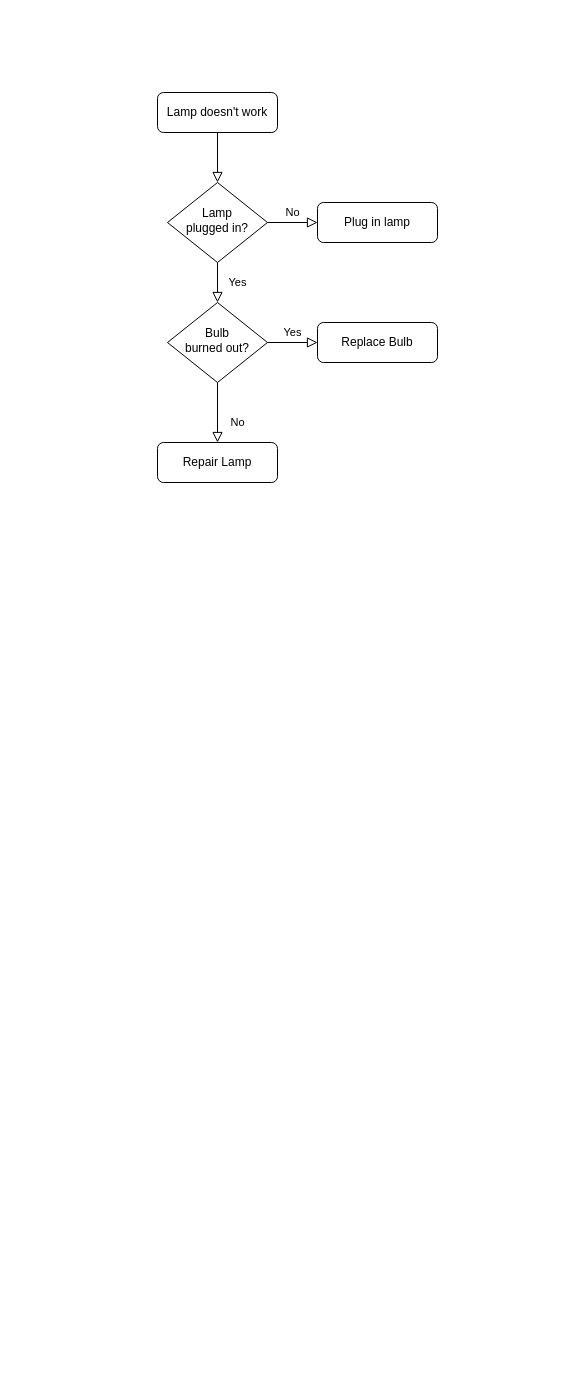
Before: Module_1/Lab_3_Algorithmization/Untitled Diagram.drawio in chatlapin/DAFT_0410, a draw.io diagram. Source tidied: cells renumbered, new cells numbered last; positions are measured from the earlier drawing's top-left corner, leaving out a move shared by most shapes. Both pictures are drawn from the tidied source at 100%, with x=0, y=0 at pixel (157, 92).
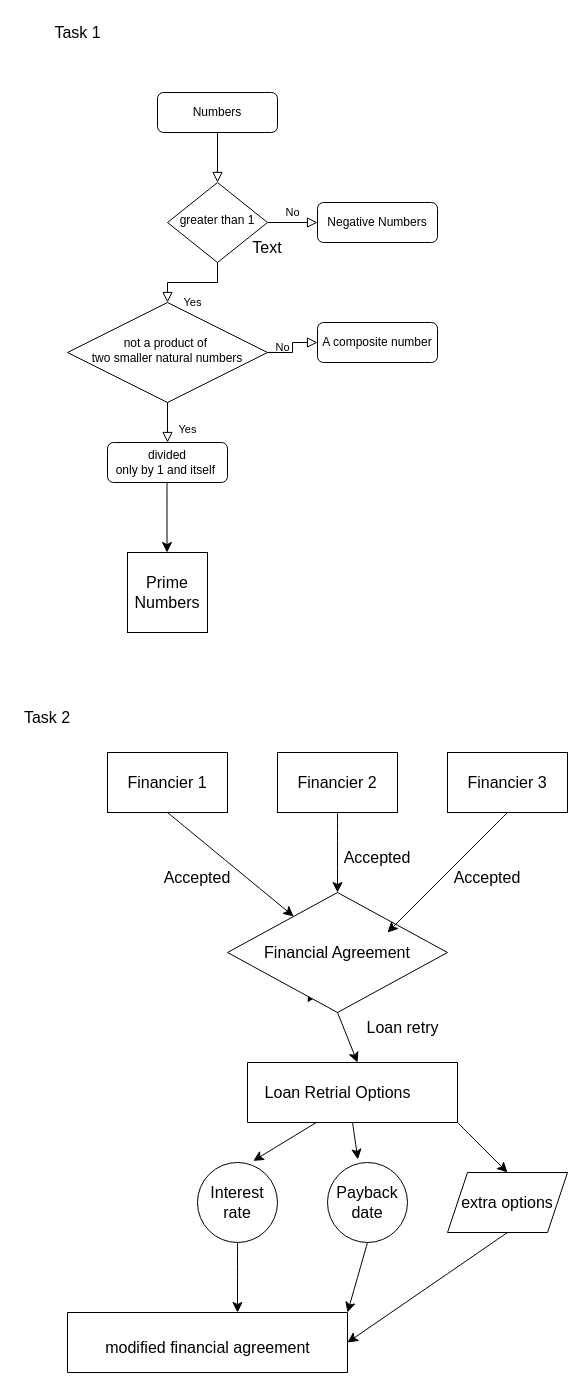
After the change.

The edit, as a diff of the source:
```diff
@@
-    <mxCell id="3" value="Lamp doesn't work" style="rounded=1;whiteSpace=wrap;html=1;fontSize=12;glass=0;strokeWidth=1;shadow=0;" parent="1" vertex="1">
+    <mxCell id="3" value="Numbers" style="rounded=1;whiteSpace=wrap;html=1;fontSize=12;glass=0;strokeWidth=1;shadow=0;" parent="1" vertex="1">
       <mxGeometry width="120" height="40" as="geometry" />
     </mxCell>
@@
-    <mxCell id="6" value="Lamp&lt;br&gt;plugged in?" style="rhombus;whiteSpace=wrap;html=1;shadow=0;fontFamily=Helvetica;fontSize=12;align=center;strokeWidth=1;spacing=6;spacingTop=-4;" parent="1" vertex="1">
+    <mxCell id="6" value="greater than 1" style="rhombus;whiteSpace=wrap;html=1;shadow=0;fontFamily=Helvetica;fontSize=12;align=center;strokeWidth=1;spacing=6;spacingTop=-4;" parent="1" vertex="1">
       <mxGeometry x="10" y="90" width="100" height="80" as="geometry" />
     </mxCell>
-    <mxCell id="7" value="Plug in lamp" style="rounded=1;whiteSpace=wrap;html=1;fontSize=12;glass=0;strokeWidth=1;shadow=0;" parent="1" vertex="1">
+    <mxCell id="7" value="Negative Numbers" style="rounded=1;whiteSpace=wrap;html=1;fontSize=12;glass=0;strokeWidth=1;shadow=0;" parent="1" vertex="1">
       <mxGeometry x="160" y="110" width="120" height="40" as="geometry" />
     </mxCell>
-    <mxCell id="8" value="No" style="rounded=0;html=1;jettySize=auto;fontSize=11;endArrow=block;endFill=0;endSize=8;strokeWidth=1;shadow=0;labelBackgroundColor=none;edgeStyle=orthogonalEdgeStyle;" parent="1" edge="1" source="10" target="11">
-      <mxGeometry x="0.33" y="20" relative="1" as="geometry" />
+    <mxCell id="8" value="Yes" style="rounded=0;html=1;jettySize=auto;fontSize=11;endArrow=block;endFill=0;endSize=8;strokeWidth=1;shadow=0;labelBackgroundColor=none;edgeStyle=orthogonalEdgeStyle;" parent="1" edge="1" source="10" target="11">
+      <mxGeometry x="0.35" y="20" relative="1" as="geometry">
+        <Array as="points">
+          <mxPoint x="10" y="370" />
+          <mxPoint x="10" y="370" />
+        </Array>
+      </mxGeometry>
     </mxCell>
-    <mxCell id="9" value="Yes" style="edgeStyle=orthogonalEdgeStyle;rounded=0;html=1;jettySize=auto;fontSize=11;endArrow=block;endFill=0;endSize=8;strokeWidth=1;shadow=0;labelBackgroundColor=none;" parent="1" edge="1" source="10" target="12">
+    <mxCell id="9" value="No" style="edgeStyle=orthogonalEdgeStyle;rounded=0;html=1;jettySize=auto;fontSize=11;endArrow=block;endFill=0;endSize=8;strokeWidth=1;shadow=0;labelBackgroundColor=none;" parent="1" edge="1" source="10" target="12">
       <mxGeometry y="10" relative="1" as="geometry" />
     </mxCell>
-    <mxCell id="10" value="Bulb&lt;br&gt;burned out?" style="rhombus;whiteSpace=wrap;html=1;shadow=0;fontFamily=Helvetica;fontSize=12;align=center;strokeWidth=1;spacing=6;spacingTop=-4;" parent="1" vertex="1">
-      <mxGeometry x="10" y="210" width="100" height="80" as="geometry" />
+    <mxCell id="10" value="not a product of&amp;nbsp;&lt;br&gt;two smaller natural numbers" style="rhombus;whiteSpace=wrap;html=1;shadow=0;fontFamily=Helvetica;fontSize=12;align=center;strokeWidth=1;spacing=6;spacingTop=-4;" parent="1" vertex="1">
+      <mxGeometry x="-90" y="210" width="200" height="100" as="geometry" />
     </mxCell>
-    <mxCell id="11" value="Repair Lamp" style="rounded=1;whiteSpace=wrap;html=1;fontSize=12;glass=0;strokeWidth=1;shadow=0;" parent="1" vertex="1">
-      <mxGeometry y="350" width="120" height="40" as="geometry" />
+    <mxCell id="11" value="divided &lt;br&gt;only by 1 and itself&amp;nbsp;" style="rounded=1;whiteSpace=wrap;html=1;fontSize=12;glass=0;strokeWidth=1;shadow=0;" parent="1" vertex="1">
+      <mxGeometry x="-50" y="350" width="120" height="40" as="geometry" />
     </mxCell>
-    <mxCell id="12" value="Replace Bulb" style="rounded=1;whiteSpace=wrap;html=1;fontSize=12;glass=0;strokeWidth=1;shadow=0;" parent="1" vertex="1">
+    <mxCell id="12" value="A composite number" style="rounded=1;whiteSpace=wrap;html=1;fontSize=12;glass=0;strokeWidth=1;shadow=0;" parent="1" vertex="1">
       <mxGeometry x="160" y="230" width="120" height="40" as="geometry" />
     </mxCell>
+    <mxCell id="13" style="endArrow=classic;html=1;rounded=0;fontSize=12;startSize=8;endSize=8;curved=1;" parent="1" edge="1">
+      <mxGeometry relative="1" as="geometry">
+        <mxPoint x="9.5" y="390" as="sourcePoint" />
+        <mxPoint x="9.5" y="460" as="targetPoint" />
+      </mxGeometry>
+    </mxCell>
+    <mxCell id="14" value="Prime Numbers" style="whiteSpace=wrap;html=1;fontSize=16;" parent="1" vertex="1">
+      <mxGeometry x="-30" y="460" width="80" height="80" as="geometry" />
+    </mxCell>
+    <mxCell id="15" value="Text" style="text;strokeColor=none;fillColor=none;html=1;align=center;verticalAlign=middle;whiteSpace=wrap;rounded=0;fontSize=16;" parent="1" vertex="1">
+      <mxGeometry x="80" y="140" width="60" height="30" as="geometry" />
+    </mxCell>
+    <mxCell id="16" value="Task 1" style="text;html=1;align=center;verticalAlign=middle;strokeColor=none;fillColor=none;fontSize=16;" parent="1" vertex="1">
+      <mxGeometry x="-115" y="-75" width="70" height="30" as="geometry" />
+    </mxCell>
+    <mxCell id="17" value="Task 2" style="text;strokeColor=none;fillColor=none;html=1;align=center;verticalAlign=middle;whiteSpace=wrap;rounded=0;fontSize=16;" parent="1" vertex="1">
+      <mxGeometry x="-140" y="610" width="60" height="30" as="geometry" />
+    </mxCell>
+    <mxCell id="18" value="Financier 1" style="rounded=0;whiteSpace=wrap;html=1;fontSize=16;" parent="1" vertex="1">
+      <mxGeometry x="-50" y="660" width="120" height="60" as="geometry" />
+    </mxCell>
+    <mxCell id="19" value="Financier 2" style="rounded=0;whiteSpace=wrap;html=1;fontSize=16;" parent="1" vertex="1">
+      <mxGeometry x="120" y="660" width="120" height="60" as="geometry" />
+    </mxCell>
+    <mxCell id="20" value="Financier 3" style="rounded=0;whiteSpace=wrap;html=1;fontSize=16;" parent="1" vertex="1">
+      <mxGeometry x="290" y="660" width="120" height="60" as="geometry" />
+    </mxCell>
+    <mxCell id="21" style="endArrow=classic;startArrow=classic;html=1;rounded=0;fontSize=12;startSize=8;endSize=8;curved=1;" parent="1" edge="1" source="23">
+      <mxGeometry relative="1" as="geometry">
+        <mxPoint x="200" y="860" as="targetPoint" />
+      </mxGeometry>
+    </mxCell>
+    <mxCell id="22" style="endArrow=classic;startArrow=classic;html=1;rounded=0;fontSize=12;startSize=8;endSize=8;curved=1;" parent="1" edge="1" target="23">
+      <mxGeometry relative="1" as="geometry">
+        <mxPoint x="150" y="910" as="sourcePoint" />
+      </mxGeometry>
+    </mxCell>
+    <mxCell id="23" value="Financial Agreement" style="rhombus;whiteSpace=wrap;html=1;fontSize=16;" parent="1" vertex="1">
+      <mxGeometry x="70" y="800" width="220" height="120" as="geometry" />
+    </mxCell>
+    <mxCell id="24" style="endArrow=classic;html=1;rounded=0;fontSize=12;startSize=8;endSize=8;curved=1;exitX=0.5;exitY=1;exitDx=0;exitDy=0;" parent="1" edge="1" source="18" target="23">
+      <mxGeometry relative="1" as="geometry" />
+    </mxCell>
+    <mxCell id="25" style="endArrow=classic;html=1;rounded=0;fontSize=12;startSize=8;endSize=8;curved=1;exitX=0.5;exitY=1;exitDx=0;exitDy=0;entryX=0.5;entryY=0;entryDx=0;entryDy=0;" parent="1" edge="1" source="19" target="23">
+      <mxGeometry relative="1" as="geometry" />
+    </mxCell>
+    <mxCell id="26" style="endArrow=classic;html=1;rounded=0;fontSize=12;startSize=8;endSize=8;curved=1;exitX=0.5;exitY=1;exitDx=0;exitDy=0;" parent="1" edge="1" source="20">
+      <mxGeometry relative="1" as="geometry">
+        <mxPoint x="230" y="840" as="targetPoint" />
+      </mxGeometry>
+    </mxCell>
+    <mxCell id="27" value="Accepted" style="text;strokeColor=none;fillColor=none;html=1;align=center;verticalAlign=middle;whiteSpace=wrap;rounded=0;fontSize=16;" parent="1" vertex="1">
+      <mxGeometry x="10" y="770" width="60" height="30" as="geometry" />
+    </mxCell>
+    <mxCell id="28" value="Accepted" style="text;strokeColor=none;fillColor=none;html=1;align=center;verticalAlign=middle;whiteSpace=wrap;rounded=0;fontSize=16;" parent="1" vertex="1">
+      <mxGeometry x="190" y="750" width="60" height="30" as="geometry" />
+    </mxCell>
+    <mxCell id="29" value="Accepted" style="text;strokeColor=none;fillColor=none;html=1;align=center;verticalAlign=middle;whiteSpace=wrap;rounded=0;fontSize=16;" parent="1" vertex="1">
+      <mxGeometry x="300" y="770" width="60" height="30" as="geometry" />
+    </mxCell>
+    <mxCell id="30" style="endArrow=classic;html=1;rounded=0;fontSize=12;startSize=8;endSize=8;curved=1;" parent="1" edge="1">
+      <mxGeometry relative="1" as="geometry">
+        <mxPoint x="180" y="920" as="sourcePoint" />
+        <mxPoint x="200" y="970" as="targetPoint" />
+      </mxGeometry>
+    </mxCell>
+    <mxCell id="31" style="swimlane;startSize=0;fontSize=16;" parent="1" vertex="1">
+      <mxGeometry x="90" y="970" width="210" height="60" as="geometry" />
+    </mxCell>
+    <mxCell id="32" value="Loan Retrial Options" style="text;html=1;align=center;verticalAlign=middle;strokeColor=none;fillColor=none;fontSize=16;" parent="1" vertex="1">
+      <mxGeometry x="95" y="985" width="170" height="30" as="geometry" />
+    </mxCell>
+    <mxCell id="33" value="Loan retry" style="text;html=1;align=center;verticalAlign=middle;strokeColor=none;fillColor=none;fontSize=16;" parent="1" vertex="1">
+      <mxGeometry x="195" y="920" width="100" height="30" as="geometry" />
+    </mxCell>
+    <mxCell id="34" value="Interest rate" style="ellipse;whiteSpace=wrap;html=1;fontSize=16;" parent="1" vertex="1">
+      <mxGeometry x="40" y="1070" width="80" height="80" as="geometry" />
+    </mxCell>
+    <mxCell id="35" value="Payback date" style="ellipse;whiteSpace=wrap;html=1;fontSize=16;" parent="1" vertex="1">
+      <mxGeometry x="170" y="1070" width="80" height="80" as="geometry" />
+    </mxCell>
+    <mxCell id="36" style="endArrow=classic;html=1;rounded=0;fontSize=12;startSize=8;endSize=8;curved=1;entryX=0.697;entryY=-0.02;entryDx=0;entryDy=0;entryPerimeter=0;exitX=0.328;exitY=0.999;exitDx=0;exitDy=0;exitPerimeter=0;" parent="1" edge="1" source="31" target="34">
+      <mxGeometry relative="1" as="geometry" />
+    </mxCell>
+    <mxCell id="37" style="endArrow=classic;html=1;rounded=0;fontSize=12;startSize=8;endSize=8;curved=1;entryX=0.38;entryY=-0.039;entryDx=0;entryDy=0;entryPerimeter=0;exitX=0.5;exitY=1;exitDx=0;exitDy=0;" parent="1" edge="1" source="31" target="35">
+      <mxGeometry relative="1" as="geometry" />
+    </mxCell>
+    <mxCell id="38" value="extra options" style="shape=parallelogram;perimeter=parallelogramPerimeter;whiteSpace=wrap;html=1;fixedSize=1;fontSize=16;" parent="1" vertex="1">
+      <mxGeometry x="290" y="1080" width="120" height="60" as="geometry" />
+    </mxCell>
+    <mxCell id="39" style="endArrow=classic;html=1;rounded=0;fontSize=12;startSize=8;endSize=8;curved=1;entryX=0.5;entryY=0;entryDx=0;entryDy=0;" parent="1" edge="1" target="38">
+      <mxGeometry relative="1" as="geometry">
+        <mxPoint x="300" y="1030" as="sourcePoint" />
+      </mxGeometry>
+    </mxCell>
+    <mxCell id="40" style="endArrow=classic;html=1;rounded=0;fontSize=12;startSize=8;endSize=8;curved=1;exitX=0.5;exitY=1;exitDx=0;exitDy=0;" parent="1" edge="1" source="34">
+      <mxGeometry relative="1" as="geometry">
+        <mxPoint x="80" y="1220" as="targetPoint" />
+      </mxGeometry>
+    </mxCell>
+    <mxCell id="41" style="endArrow=classic;html=1;rounded=0;fontSize=12;startSize=8;endSize=8;curved=1;exitX=0.5;exitY=1;exitDx=0;exitDy=0;entryX=1;entryY=0;entryDx=0;entryDy=0;" parent="1" edge="1" source="35" target="43">
+      <mxGeometry relative="1" as="geometry" />
+    </mxCell>
+    <mxCell id="42" style="endArrow=classic;html=1;rounded=0;fontSize=12;startSize=8;endSize=8;curved=1;exitX=0.5;exitY=1;exitDx=0;exitDy=0;entryX=1;entryY=0.5;entryDx=0;entryDy=0;" parent="1" edge="1" source="38" target="43">
+      <mxGeometry relative="1" as="geometry" />
+    </mxCell>
+    <mxCell id="43" style="swimlane;startSize=0;fontSize=16;" parent="1" vertex="1">
+      <mxGeometry x="-90" y="1220" width="280" height="60" as="geometry" />
+    </mxCell>
+    <mxCell id="44" value="modified financial agreement" style="text;html=1;align=center;verticalAlign=middle;strokeColor=none;fillColor=none;fontSize=16;" parent="43" vertex="1">
+      <mxGeometry x="25" y="20" width="230" height="30" as="geometry" />
+    </mxCell>
```
